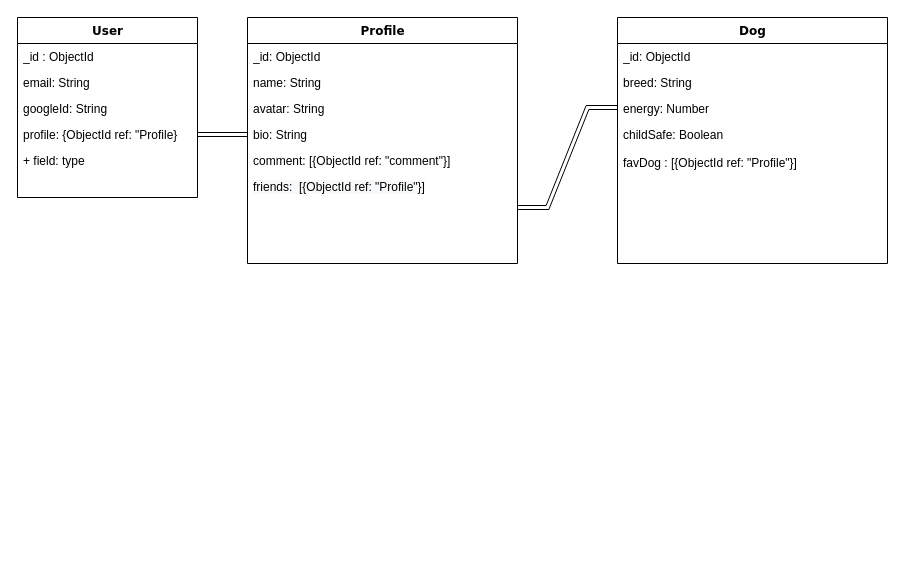
Earlier version of the draw.io diagram dog-E Diagram.drawio (williambennett321/Dog-E). Source tidied: cells renumbered, new cells numbered last; positions are measured from the earlier drawing's top-left corner, leaving out a move shared by most shapes. Both pictures are drawn from the tidied source at 100%, with x=0, y=0 at pixel (17, 17).
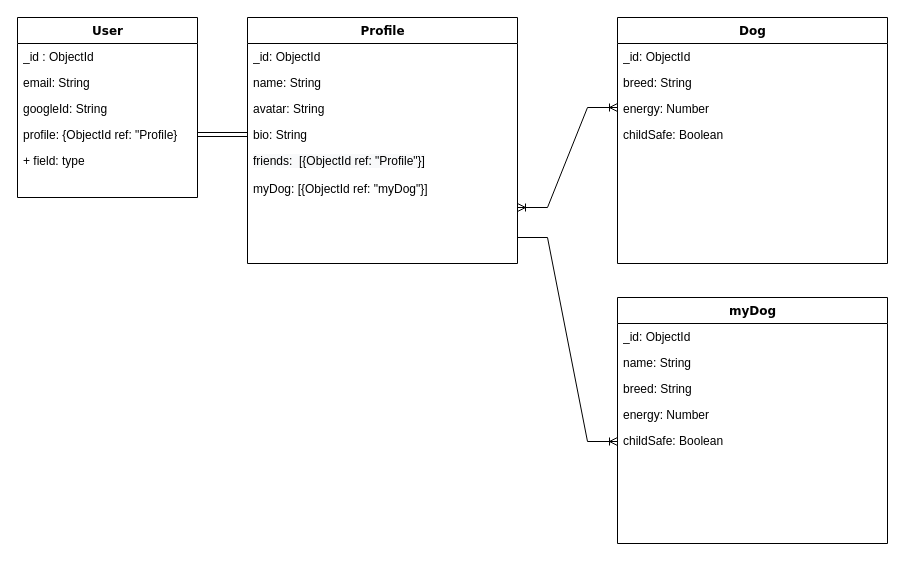
After the change.

Unchanged cells that the change refers to:
```xml
<mxCell id="8" value="Profile" style="swimlane;html=1;fontStyle=1;align=center;verticalAlign=top;horizontal=1;startSize=26;swimlaneFillColor=#ffffff;rounded=0;shadow=0;comic=0;labelBackgroundColor=none;strokeWidth=1;fillColor=none;fontFamily=Verdana;fontSize=12;" parent="1" vertex="1">
  <mxGeometry x="230" width="270" height="246" as="geometry" />
</mxCell>
<mxCell id="16" value="Dog" style="swimlane;html=1;fontStyle=1;align=center;verticalAlign=top;horizontal=1;startSize=26;swimlaneFillColor=#ffffff;rounded=0;shadow=0;comic=0;labelBackgroundColor=none;strokeWidth=1;fillColor=none;fontFamily=Verdana;fontSize=12;" parent="1" vertex="1">
  <mxGeometry x="600" width="270" height="246" as="geometry" />
</mxCell>
```

Diff of the diagram source:
```diff
@@
-    <mxCell id="13" value="comment: [{ObjectId ref: &quot;comment&quot;}]" style="text;html=1;strokeColor=none;fillColor=none;align=left;verticalAlign=top;spacingLeft=4;spacingRight=4;whiteSpace=wrap;overflow=hidden;" parent="8" vertex="1">
-      <mxGeometry y="130" width="270" height="26" as="geometry" />
-    </mxCell>
     <mxCell id="14" value="&lt;span style=&quot;color: rgb(0 , 0 , 0) ; font-family: &amp;#34;helvetica&amp;#34; ; font-size: 12px ; font-style: normal ; font-weight: 400 ; letter-spacing: normal ; text-align: left ; text-indent: 0px ; text-transform: none ; word-spacing: 0px ; background-color: rgb(248 , 249 , 250) ; display: inline ; float: none&quot;&gt;friends:&amp;nbsp; [{ObjectId ref: &quot;Profile&quot;}]&lt;/span&gt;&lt;br&gt;" style="text;html=1;strokeColor=none;fillColor=none;align=left;verticalAlign=top;spacingLeft=4;spacingRight=4;whiteSpace=wrap;overflow=hidden;" parent="8" vertex="1">
-      <mxGeometry y="156" width="270" height="28" as="geometry" />
+      <mxGeometry y="130" width="270" height="28" as="geometry" />
     </mxCell>
+    <mxCell id="23" value="&lt;font face=&quot;helvetica&quot;&gt;myDog: [{ObjectId ref: &quot;myDog&quot;}]&lt;/font&gt;" style="text;html=1;strokeColor=none;fillColor=none;align=left;verticalAlign=top;spacingLeft=4;spacingRight=4;whiteSpace=wrap;overflow=hidden;" parent="8" vertex="1">
+      <mxGeometry y="158" width="270" height="28" as="geometry" />
+    </mxCell>
@@
-    <mxCell id="21" value="&lt;font face=&quot;helvetica&quot;&gt;favDog : [{ObjectId ref: &quot;Profile&quot;}]&lt;/font&gt;" style="text;html=1;strokeColor=none;fillColor=none;align=left;verticalAlign=top;spacingLeft=4;spacingRight=4;whiteSpace=wrap;overflow=hidden;" parent="16" vertex="1">
-      <mxGeometry y="132" width="270" height="28" as="geometry" />
-    </mxCell>
-    <mxCell id="22" style="edgeStyle=entityRelationEdgeStyle;fontSize=12;html=1;endArrow=ERmany;startArrow=ERmany;rounded=0;shape=link;" parent="1" edge="1">
-      <mxGeometry relative="1" as="geometry">
-        <mxPoint x="500" y="190" as="sourcePoint" />
-        <mxPoint x="600" y="90" as="targetPoint" />
-      </mxGeometry>
-    </mxCell>
+    <mxCell id="24" style="edgeStyle=entityRelationEdgeStyle;fontSize=12;html=1;endArrow=ERoneToMany;startArrow=ERoneToMany;rounded=0;" parent="1" edge="1">
+      <mxGeometry relative="1" as="geometry">
+        <mxPoint x="500" y="190" as="sourcePoint" />
+        <mxPoint x="600" y="90" as="targetPoint" />
+      </mxGeometry>
+    </mxCell>
+    <mxCell id="25" value="myDog" style="swimlane;html=1;fontStyle=1;align=center;verticalAlign=top;horizontal=1;startSize=26;swimlaneFillColor=#ffffff;rounded=0;shadow=0;comic=0;labelBackgroundColor=none;strokeWidth=1;fillColor=none;fontFamily=Verdana;fontSize=12;" parent="1" vertex="1">
+      <mxGeometry x="600" y="280" width="270" height="246" as="geometry" />
+    </mxCell>
+    <mxCell id="26" value="_id: ObjectId" style="text;html=1;strokeColor=none;fillColor=none;align=left;verticalAlign=top;spacingLeft=4;spacingRight=4;whiteSpace=wrap;overflow=hidden;" parent="25" vertex="1">
+      <mxGeometry y="26" width="270" height="26" as="geometry" />
+    </mxCell>
+    <mxCell id="27" value="name: String" style="text;html=1;strokeColor=none;fillColor=none;align=left;verticalAlign=top;spacingLeft=4;spacingRight=4;whiteSpace=wrap;overflow=hidden;" parent="25" vertex="1">
+      <mxGeometry y="52" width="270" height="26" as="geometry" />
+    </mxCell>
+    <mxCell id="28" value="breed: String" style="text;html=1;strokeColor=none;fillColor=none;align=left;verticalAlign=top;spacingLeft=4;spacingRight=4;whiteSpace=wrap;overflow=hidden;" parent="25" vertex="1">
+      <mxGeometry y="78" width="270" height="26" as="geometry" />
+    </mxCell>
+    <mxCell id="29" value="energy: Number" style="text;html=1;strokeColor=none;fillColor=none;align=left;verticalAlign=top;spacingLeft=4;spacingRight=4;whiteSpace=wrap;overflow=hidden;" parent="25" vertex="1">
+      <mxGeometry y="104" width="270" height="26" as="geometry" />
+    </mxCell>
+    <mxCell id="30" value="&lt;font face=&quot;helvetica&quot;&gt;childSafe: Boolean&lt;/font&gt;" style="text;html=1;strokeColor=none;fillColor=none;align=left;verticalAlign=top;spacingLeft=4;spacingRight=4;whiteSpace=wrap;overflow=hidden;points=[[0,0.5],[1,0.5]];portConstraint=eastwest;" parent="25" vertex="1">
+      <mxGeometry y="130" width="270" height="28" as="geometry" />
+    </mxCell>
+    <mxCell id="31" style="edgeStyle=entityRelationEdgeStyle;fontSize=12;html=1;endArrow=ERoneToMany;rounded=0;entryX=0;entryY=0.5;entryDx=0;entryDy=0;" parent="1" edge="1" target="30">
+      <mxGeometry relative="1" as="geometry">
+        <mxPoint x="500" y="220" as="sourcePoint" />
+      </mxGeometry>
+    </mxCell>
```
